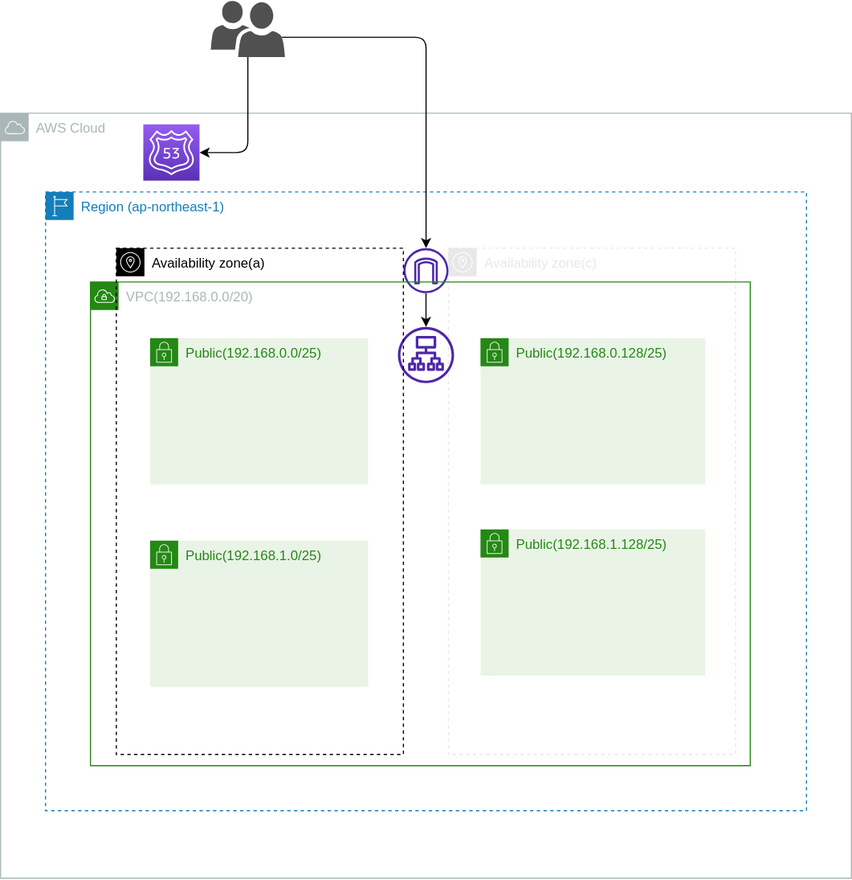
kazu-2020/next-rails keeps this draw.io diagram as infra/aws/environment/prod/architecture.drawio.svg. Above is the earlier version. Source tidied: cells renumbered, new cells last; positions are measured from the earlier drawing's top-left corner, leaving out a move shared by most shapes.
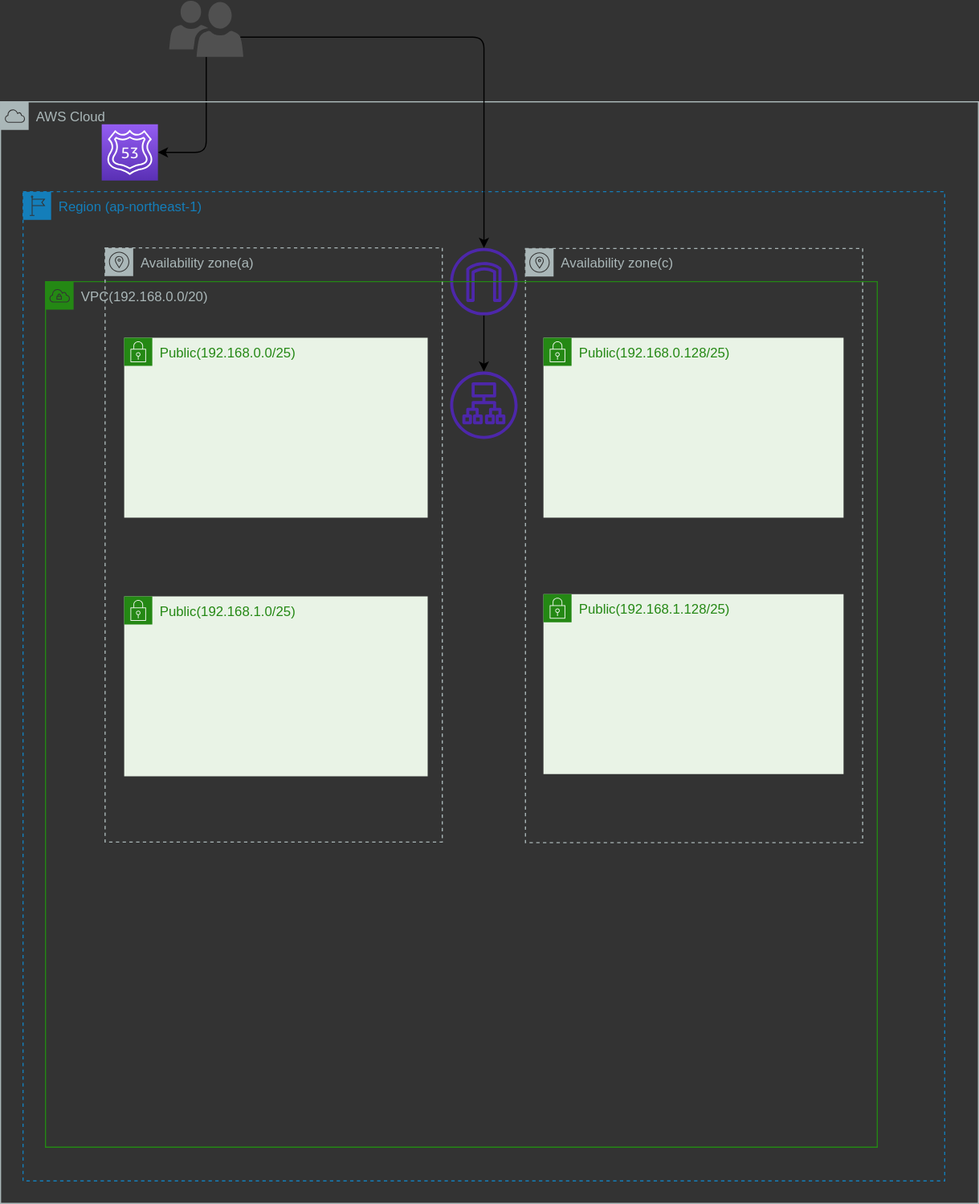
The same diagram one commit later.

What changed in the source:
```diff
@@ -1,54 +1,60 @@
-<mxGraphModel>
+<mxGraphModel background="#333333">
   <root>
     <mxCell id="0" />
-    <mxCell id="1" parent="0" />
-    <mxCell id="2" value="AWS Cloud" style="sketch=0;gradientColor=none;html=1;whiteSpace=wrap;fontSize=12;fontStyle=0;shape=mxgraph.aws4.group;grIcon=mxgraph.aws4.group_aws_cloud;strokeColor=#AAB7B8;fillColor=none;verticalAlign=top;align=left;spacingLeft=30;fontColor=#AAB7B8;dashed=0;" parent="1" vertex="1">
-      <mxGeometry y="100" width="757" height="680" as="geometry" />
-    </mxCell>
+    <mxCell id="18" value="AWS Cloud" parent="0" />
+    <mxCell id="19" style="edgeStyle=orthogonalEdgeStyle;html=1;exitX=0.5;exitY=1;exitDx=0;exitDy=0;exitPerimeter=0;entryX=1;entryY=0.5;entryDx=0;entryDy=0;entryPerimeter=0;" parent="18" edge="1" source="20" target="21">
+      <mxGeometry relative="1" as="geometry" />
+    </mxCell>
+    <mxCell id="20" style="shadow=0;dashed=0;html=1;strokeColor=none;labelPosition=center;verticalLabelPosition=bottom;verticalAlign=top;align=center;fillColor=#505050;shape=mxgraph.mscae.intune.user_group;" parent="18" vertex="1">
+      <mxGeometry x="130" y="880" width="66" height="50" as="geometry" />
+    </mxCell>
+    <mxCell id="21" style="points=[[0,0,0],[0.25,0,0],[0.5,0,0],[0.75,0,0],[1,0,0],[0,1,0],[0.25,1,0],[0.5,1,0],[0.75,1,0],[1,1,0],[0,0.25,0],[0,0.5,0],[0,0.75,0],[1,0.25,0],[1,0.5,0],[1,0.75,0]];outlineConnect=0;fontColor=#232F3E;gradientColor=#945DF2;gradientDirection=north;fillColor=#5A30B5;strokeColor=#ffffff;dashed=0;verticalLabelPosition=bottom;verticalAlign=top;align=center;html=1;fontSize=12;fontStyle=0;shape=mxgraph.aws4.resourceIcon;resIcon=mxgraph.aws4.route_53;" parent="18" vertex="1">
+      <mxGeometry x="70" y="990" width="50" height="50" as="geometry" />
+    </mxCell>
-    <mxCell id="3" value="Region (ap-northeast-1)" style="gradientColor=none;html=1;whiteSpace=wrap;fontSize=12;fontStyle=0;shape=mxgraph.aws4.group;grIcon=mxgraph.aws4.group_region;strokeColor=#147EBA;fillColor=none;verticalAlign=top;align=left;spacingLeft=30;fontColor=#147EBA;dashed=1;" parent="1" vertex="1">
-      <mxGeometry x="40" y="170" width="677" height="550" as="geometry" />
+    <mxCell id="3" value="Region (ap-northeast-1)" style="gradientColor=none;html=1;whiteSpace=wrap;fontSize=12;fontStyle=0;shape=mxgraph.aws4.group;grIcon=mxgraph.aws4.group_region;strokeColor=#147EBA;fillColor=none;verticalAlign=top;align=left;spacingLeft=30;fontColor=#147EBA;dashed=1;" parent="18" vertex="1">
+      <mxGeometry y="1050" width="820" height="880" as="geometry" />
     </mxCell>
+    <mxCell id="22" value="AWS Cloud" style="gradientColor=none;html=1;whiteSpace=wrap;fontSize=12;fontStyle=0;shape=mxgraph.aws4.group;grIcon=mxgraph.aws4.group_aws_cloud;strokeColor=#AAB7B8;fillColor=none;verticalAlign=top;align=left;spacingLeft=30;fontColor=#AAB7B8;dashed=0;" parent="3" vertex="1">
+      <mxGeometry x="-20" y="-80" width="870" height="980" as="geometry" />
+    </mxCell>
+    <mxCell id="23" style="edgeStyle=none;html=1;" parent="3" edge="1">
+      <mxGeometry relative="1" as="geometry">
+        <mxPoint x="338.5" y="120" as="targetPoint" />
+      </mxGeometry>
+    </mxCell>
+    <mxCell id="24" style="edgeStyle=orthogonalEdgeStyle;html=1;" parent="3" edge="1" source="25" target="26">
+      <mxGeometry relative="1" as="geometry" />
+    </mxCell>
+    <mxCell id="25" style="sketch=0;outlineConnect=0;fontColor=#232F3E;gradientColor=none;fillColor=#4D27AA;strokeColor=none;dashed=0;verticalLabelPosition=bottom;verticalAlign=top;align=center;html=1;fontSize=12;fontStyle=0;shape=mxgraph.aws4.internet_gateway;" parent="3" vertex="1">
+      <mxGeometry x="380" y="50" width="60" height="60" as="geometry" />
+    </mxCell>
+    <mxCell id="26" style="sketch=0;outlineConnect=0;fontColor=#232F3E;gradientColor=none;fillColor=#4D27AA;strokeColor=none;dashed=0;verticalLabelPosition=bottom;verticalAlign=top;align=center;html=1;fontSize=12;fontStyle=0;shape=mxgraph.aws4.application_load_balancer;" parent="3" vertex="1">
+      <mxGeometry x="380" y="160" width="60" height="60" as="geometry" />
+    </mxCell>
+    <mxCell id="27" value="vpc" parent="0" />
-    <mxCell id="4" value="Availability zone(c)" style="sketch=0;gradientColor=none;html=1;whiteSpace=wrap;fontSize=12;fontStyle=0;shape=mxgraph.aws4.group;grIcon=mxgraph.aws4.group_availability_zone;strokeColor=#E8E8E8;fillColor=none;verticalAlign=top;align=left;spacingLeft=30;fontColor=#E8E8E8;dashed=1;" parent="3" vertex="1">
-      <mxGeometry x="358.5" y="50" width="255.4" height="450" as="geometry" />
+    <mxCell id="4" value="&lt;font color=&quot;#aab7b8&quot;&gt;Availability zone(c)&lt;/font&gt;" style="html=1;whiteSpace=wrap;fontSize=12;fontStyle=0;shape=mxgraph.aws4.group;grIcon=mxgraph.aws4.group_availability_zone;fillColor=none;verticalAlign=top;align=left;spacingLeft=30;dashed=1;strokeColor=#AAB7B8;" parent="27" vertex="1">
+      <mxGeometry x="447" y="1100.5" width="300" height="528.6" as="geometry" />
     </mxCell>
-    <mxCell id="5" style="sketch=0;outlineConnect=0;fontColor=#232F3E;gradientColor=none;fillColor=#4D27AA;strokeColor=none;dashed=0;verticalLabelPosition=bottom;verticalAlign=top;align=center;html=1;fontSize=12;fontStyle=0;shape=mxgraph.aws4.application_load_balancer;" parent="3" vertex="1">
-      <mxGeometry x="313.5" y="120" width="50" height="50" as="geometry" />
-    </mxCell>
-    <mxCell id="6" style="edgeStyle=none;html=1;" parent="3" edge="1" source="7" target="5">
-      <mxGeometry relative="1" as="geometry" />
-    </mxCell>
-    <mxCell id="7" style="sketch=0;outlineConnect=0;fontColor=#232F3E;gradientColor=none;fillColor=#4D27AA;strokeColor=none;dashed=0;verticalLabelPosition=bottom;verticalAlign=top;align=center;html=1;fontSize=12;fontStyle=0;shape=mxgraph.aws4.internet_gateway;" parent="3" vertex="1">
-      <mxGeometry x="318.5" y="50" width="40" height="40" as="geometry" />
-    </mxCell>
-    <mxCell id="8" value="VPC(192.168.0.0/20)" style="gradientColor=none;html=1;whiteSpace=wrap;fontSize=12;fontStyle=0;shape=mxgraph.aws4.group;grIcon=mxgraph.aws4.group_vpc;strokeColor=#248814;fillColor=none;verticalAlign=top;align=left;spacingLeft=30;fontColor=#AAB7B8;dashed=0;" parent="1" vertex="1">
-      <mxGeometry x="80" y="250" width="587" height="430" as="geometry" />
+    <mxCell id="8" value="VPC(192.168.0.0/20)" style="gradientColor=none;html=1;whiteSpace=wrap;fontSize=12;fontStyle=0;shape=mxgraph.aws4.group;grIcon=mxgraph.aws4.group_vpc;strokeColor=#248814;fillColor=none;verticalAlign=top;align=left;spacingLeft=30;fontColor=#AAB7B8;dashed=0;" parent="27" vertex="1">
+      <mxGeometry x="20" y="1130" width="740" height="770" as="geometry" />
     </mxCell>
-    <mxCell id="9" value="Availability zone(a)" style="sketch=0;html=1;whiteSpace=wrap;fontSize=12;fontStyle=0;shape=mxgraph.aws4.group;grIcon=mxgraph.aws4.group_availability_zone;fillColor=none;verticalAlign=top;align=left;spacingLeft=30;dashed=1;" parent="1" vertex="1">
-      <mxGeometry x="103" y="220" width="255.4" height="450" as="geometry" />
+    <mxCell id="9" value="&lt;font color=&quot;#aab7b8&quot;&gt;Availability zone(a)&lt;/font&gt;" style="html=1;whiteSpace=wrap;fontSize=12;fontStyle=0;shape=mxgraph.aws4.group;grIcon=mxgraph.aws4.group_availability_zone;fillColor=none;verticalAlign=top;align=left;spacingLeft=30;dashed=1;strokeColor=#AAB7B8;" parent="27" vertex="1">
+      <mxGeometry x="73" y="1100" width="300" height="528.6" as="geometry" />
     </mxCell>
-    <mxCell id="10" value="Public(192.168.0.0/25)" style="gradientColor=none;html=1;whiteSpace=wrap;fontSize=12;fontStyle=0;shape=mxgraph.aws4.group;grIcon=mxgraph.aws4.group_security_group;grStroke=0;strokeColor=#248814;fillColor=#E9F3E6;verticalAlign=top;align=left;spacingLeft=30;fontColor=#248814;dashed=0;" parent="1" vertex="1">
-      <mxGeometry x="133" y="300" width="194" height="130" as="geometry" />
+    <mxCell id="10" value="Public(192.168.0.0/25)" style="gradientColor=none;html=1;whiteSpace=wrap;fontSize=12;fontStyle=0;shape=mxgraph.aws4.group;grIcon=mxgraph.aws4.group_security_group;grStroke=0;strokeColor=#248814;fillColor=#E9F3E6;verticalAlign=top;align=left;spacingLeft=30;fontColor=#248814;dashed=0;" parent="27" vertex="1">
+      <mxGeometry x="90" y="1180" width="270" height="160" as="geometry" />
     </mxCell>
-    <mxCell id="11" value="Public(192.168.0.128/25)" style="gradientColor=none;html=1;whiteSpace=wrap;fontSize=12;fontStyle=0;shape=mxgraph.aws4.group;grIcon=mxgraph.aws4.group_security_group;grStroke=0;strokeColor=#248814;fillColor=#E9F3E6;verticalAlign=top;align=left;spacingLeft=30;fontColor=#248814;dashed=0;" parent="1" vertex="1">
-      <mxGeometry x="427" y="300" width="200" height="130" as="geometry" />
+    <mxCell id="11" value="Public(192.168.0.128/25)" style="gradientColor=none;html=1;whiteSpace=wrap;fontSize=12;fontStyle=0;shape=mxgraph.aws4.group;grIcon=mxgraph.aws4.group_security_group;grStroke=0;strokeColor=#248814;fillColor=#E9F3E6;verticalAlign=top;align=left;spacingLeft=30;fontColor=#248814;dashed=0;" parent="27" vertex="1">
+      <mxGeometry x="463" y="1180" width="267" height="160" as="geometry" />
     </mxCell>
-    <mxCell id="12" value="Public(192.168.1.0/25)" style="gradientColor=none;html=1;whiteSpace=wrap;fontSize=12;fontStyle=0;shape=mxgraph.aws4.group;grIcon=mxgraph.aws4.group_security_group;grStroke=0;strokeColor=#248814;fillColor=#E9F3E6;verticalAlign=top;align=left;spacingLeft=30;fontColor=#248814;dashed=0;" parent="1" vertex="1">
-      <mxGeometry x="133" y="480" width="194" height="130" as="geometry" />
+    <mxCell id="12" value="Public(192.168.1.0/25)" style="gradientColor=none;html=1;whiteSpace=wrap;fontSize=12;fontStyle=0;shape=mxgraph.aws4.group;grIcon=mxgraph.aws4.group_security_group;grStroke=0;strokeColor=#248814;fillColor=#E9F3E6;verticalAlign=top;align=left;spacingLeft=30;fontColor=#248814;dashed=0;" parent="27" vertex="1">
+      <mxGeometry x="90" y="1410" width="270" height="160" as="geometry" />
     </mxCell>
-    <mxCell id="13" value="Public(192.168.1.128/25)" style="gradientColor=none;html=1;whiteSpace=wrap;fontSize=12;fontStyle=0;shape=mxgraph.aws4.group;grIcon=mxgraph.aws4.group_security_group;grStroke=0;strokeColor=#248814;fillColor=#E9F3E6;verticalAlign=top;align=left;spacingLeft=30;fontColor=#248814;dashed=0;" parent="1" vertex="1">
-      <mxGeometry x="427" y="470" width="200" height="130" as="geometry" />
+    <mxCell id="13" value="Public(192.168.1.128/25)" style="gradientColor=none;html=1;whiteSpace=wrap;fontSize=12;fontStyle=0;shape=mxgraph.aws4.group;grIcon=mxgraph.aws4.group_security_group;grStroke=0;strokeColor=#248814;fillColor=#E9F3E6;verticalAlign=top;align=left;spacingLeft=30;fontColor=#248814;dashed=0;" parent="27" vertex="1">
+      <mxGeometry x="463" y="1408" width="267" height="160" as="geometry" />
     </mxCell>
-    <mxCell id="14" style="edgeStyle=orthogonalEdgeStyle;html=1;exitX=0.5;exitY=1;exitDx=0;exitDy=0;exitPerimeter=0;entryX=1;entryY=0.5;entryDx=0;entryDy=0;entryPerimeter=0;" parent="1" edge="1" source="16" target="17">
-      <mxGeometry relative="1" as="geometry" />
-    </mxCell>
-    <mxCell id="15" style="edgeStyle=orthogonalEdgeStyle;html=1;exitX=0.96;exitY=0.65;exitDx=0;exitDy=0;exitPerimeter=0;" parent="1" edge="1" source="16" target="7">
-      <mxGeometry relative="1" as="geometry" />
-    </mxCell>
-    <mxCell id="16" style="sketch=0;shadow=0;dashed=0;html=1;strokeColor=none;labelPosition=center;verticalLabelPosition=bottom;verticalAlign=top;align=center;fillColor=#505050;shape=mxgraph.mscae.intune.user_group;" parent="1" vertex="1">
-      <mxGeometry x="187" width="66" height="50" as="geometry" />
-    </mxCell>
-    <mxCell id="17" style="sketch=0;points=[[0,0,0],[0.25,0,0],[0.5,0,0],[0.75,0,0],[1,0,0],[0,1,0],[0.25,1,0],[0.5,1,0],[0.75,1,0],[1,1,0],[0,0.25,0],[0,0.5,0],[0,0.75,0],[1,0.25,0],[1,0.5,0],[1,0.75,0]];outlineConnect=0;fontColor=#232F3E;gradientColor=#945DF2;gradientDirection=north;fillColor=#5A30B5;strokeColor=#ffffff;dashed=0;verticalLabelPosition=bottom;verticalAlign=top;align=center;html=1;fontSize=12;fontStyle=0;shape=mxgraph.aws4.resourceIcon;resIcon=mxgraph.aws4.route_53;" parent="1" vertex="1">
-      <mxGeometry x="127" y="110" width="50" height="50" as="geometry" />
-    </mxCell>
+    <mxCell id="28" style="edgeStyle=orthogonalEdgeStyle;html=1;exitX=0.96;exitY=0.65;exitDx=0;exitDy=0;exitPerimeter=0;" parent="27" edge="1" source="20" target="25">
+      <mxGeometry relative="1" as="geometry" />
+    </mxCell>
   </root>
 </mxGraphModel>
```
